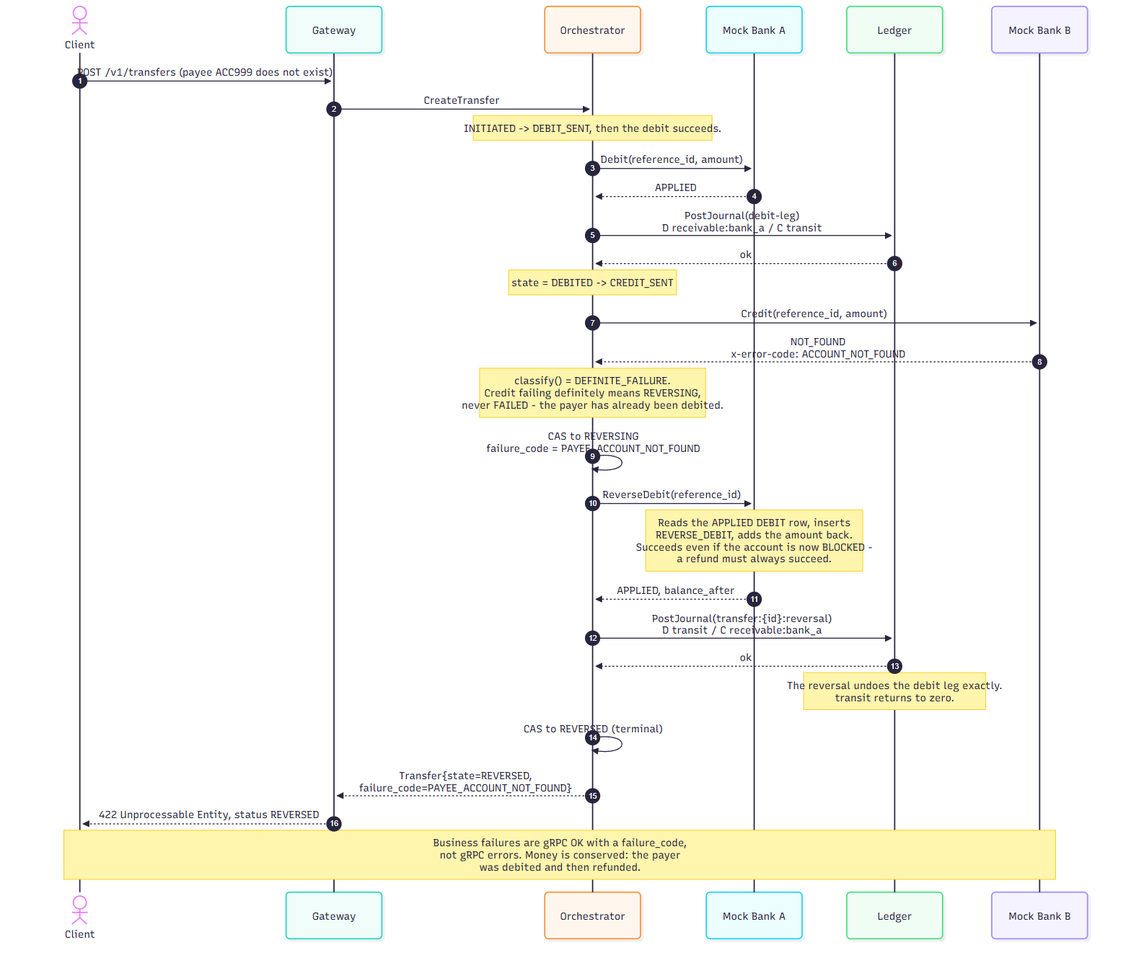
Earlier version of the Mermaid export docs/diagrams/sequence-credit-fails.png (rohan099dubey/payment-switch). Its source is kept beside it as docs/diagrams/sequence-credit-fails.mmd. Its diagram source:
```mermaid
sequenceDiagram
    autonumber
    actor C as Client
    participant G as Gateway
    participant O as Orchestrator
    participant A as Mock Bank A
    participant L as Ledger
    participant B as Mock Bank B

    C->>G: POST /v1/transfers (payee ACC999 does not exist)
    G->>O: CreateTransfer

    Note over O: INITIATED -> DEBIT_SENT, then the debit succeeds.
    O->>A: Debit(reference_id, amount)
    A-->>O: APPLIED
    O->>L: PostJournal(debit-leg)<br/>D receivable:bank_a / C transit
    L-->>O: ok
    Note over O: state = DEBITED -> CREDIT_SENT

    O->>B: Credit(reference_id, amount)
    B-->>O: NOT_FOUND<br/>x-error-code: ACCOUNT_NOT_FOUND
    Note over O: classify() = DEFINITE_FAILURE.<br/>Credit failing definitely means REVERSING,<br/>never FAILED - the payer has already been debited.
    O->>O: CAS to REVERSING<br/>failure_code = PAYEE_ACCOUNT_NOT_FOUND

    O->>A: ReverseDebit(reference_id)
    Note over A: Reads the APPLIED DEBIT row, inserts<br/>REVERSE_DEBIT, adds the amount back.<br/>Succeeds even if the account is now BLOCKED -<br/>a refund must always succeed.
    A-->>O: APPLIED, balance_after
    O->>L: PostJournal(transfer:{id}:reversal)<br/>D transit / C receivable:bank_a
    L-->>O: ok
    Note over L: The reversal undoes the debit leg exactly.<br/>transit returns to zero.
    O->>O: CAS to REVERSED (terminal)

    O-->>G: Transfer{state=REVERSED,<br/>failure_code=PAYEE_ACCOUNT_NOT_FOUND}
    G-->>C: 422 Unprocessable Entity, status REVERSED

    Note over C,B: Business failures are gRPC OK with a failure_code,<br/>not gRPC errors. Money is conserved: the payer<br/>was debited and then refunded.
```
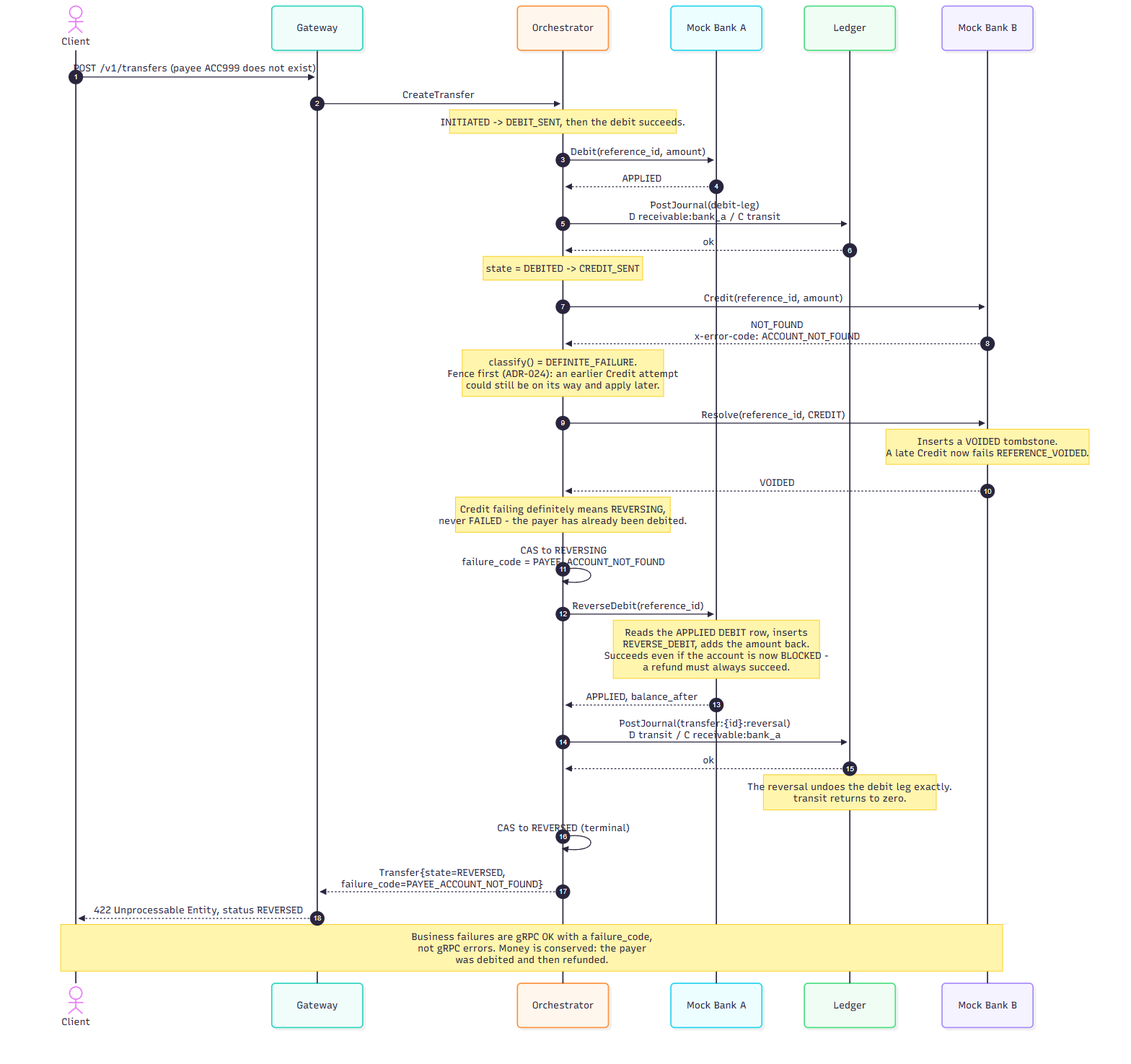
Later version of the same file.

What changed in the source:
```diff
@@ -19,7 +19,11 @@
 
     O->>B: Credit(reference_id, amount)
     B-->>O: NOT_FOUND<br/>x-error-code: ACCOUNT_NOT_FOUND
-    Note over O: classify() = DEFINITE_FAILURE.<br/>Credit failing definitely means REVERSING,<br/>never FAILED - the payer has already been debited.
+    Note over O: classify() = DEFINITE_FAILURE.<br/>Fence first (ADR-024): an earlier Credit attempt<br/>could still be on its way and apply later.
+    O->>B: Resolve(reference_id, CREDIT)
+    Note over B: Inserts a VOIDED tombstone.<br/>A late Credit now fails REFERENCE_VOIDED.
+    B-->>O: VOIDED
+    Note over O: Credit failing definitely means REVERSING,<br/>never FAILED - the payer has already been debited.
     O->>O: CAS to REVERSING<br/>failure_code = PAYEE_ACCOUNT_NOT_FOUND
 
     O->>A: ReverseDebit(reference_id)
```
